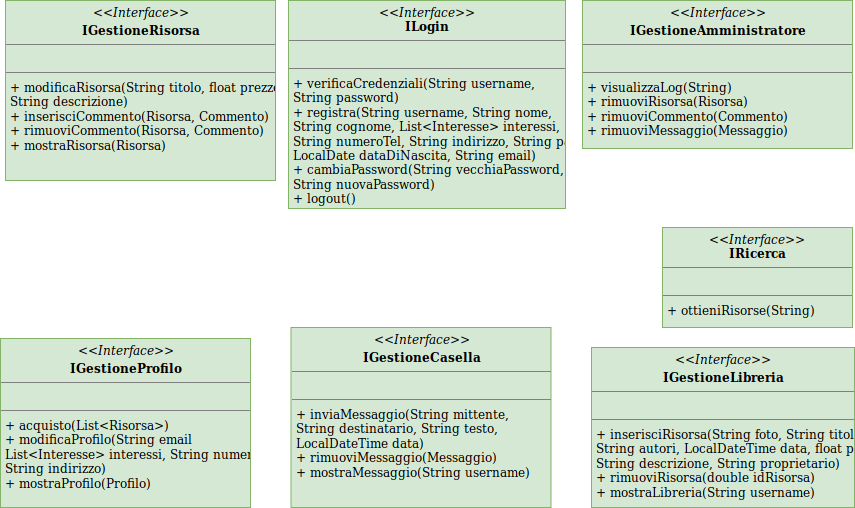
Before: Reingegnerizzazione/Controller.png, a diagram exported from draw.io (SundavarBlaka/Alexandria). Source tidied: cells renumbered, new cells last; positions are measured from the earlier drawing's top-left corner, leaving out a move shared by most shapes.
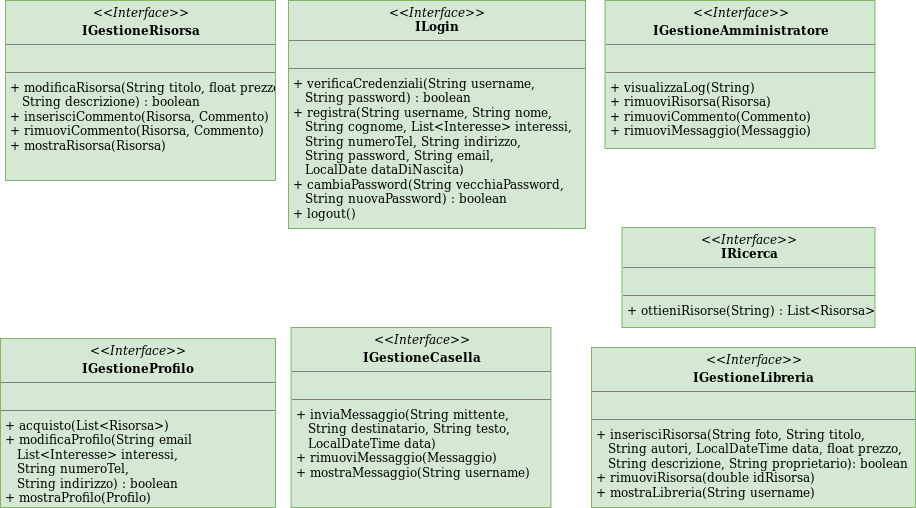
After the change.

The edit, as a diff of the source:
```diff
@@ -2,26 +2,26 @@
   <root>
     <mxCell id="0" />
     <mxCell id="1" parent="0" />
-    <mxCell id="2" value="&lt;p style=&quot;margin: 0px ; margin-top: 4px ; text-align: center&quot;&gt;&lt;i&gt;&amp;lt;&amp;lt;Interface&amp;gt;&amp;gt;&lt;/i&gt;&lt;br&gt;&lt;b&gt;IRicerca&lt;/b&gt;&lt;/p&gt;&lt;hr size=&quot;1&quot;&gt;&lt;p style=&quot;margin: 0px ; margin-left: 4px&quot;&gt;&lt;br&gt;&lt;/p&gt;&lt;hr size=&quot;1&quot;&gt;&lt;p style=&quot;margin: 0px ; margin-left: 4px&quot;&gt;+ ottieniRisorse(String)&lt;/p&gt;" style="verticalAlign=top;align=left;overflow=fill;fontSize=12;fontFamily=Helvetica;html=1;fillColor=#d5e8d4;strokeColor=#82b366;" parent="1" vertex="1">
-      <mxGeometry x="662" y="227" width="190" height="100" as="geometry" />
+    <mxCell id="2" value="&lt;p style=&quot;margin: 0px ; margin-top: 4px ; text-align: center&quot;&gt;&lt;i&gt;&amp;lt;&amp;lt;Interface&amp;gt;&amp;gt;&lt;/i&gt;&lt;br&gt;&lt;b&gt;IRicerca&lt;/b&gt;&lt;/p&gt;&lt;hr size=&quot;1&quot;&gt;&lt;p style=&quot;margin: 0px ; margin-left: 4px&quot;&gt;&lt;br&gt;&lt;/p&gt;&lt;hr size=&quot;1&quot;&gt;&lt;p style=&quot;margin: 0px ; margin-left: 4px&quot;&gt;+ ottieniRisorse(String) : List&amp;lt;Risorsa&amp;gt;&lt;br&gt;&lt;/p&gt;" style="verticalAlign=top;align=left;overflow=fill;fontSize=12;fontFamily=Helvetica;html=1;fillColor=#d5e8d4;strokeColor=#82b366;" parent="1" vertex="1">
+      <mxGeometry x="621.5" y="227" width="253" height="100" as="geometry" />
     </mxCell>
-    <mxCell id="3" value="&lt;p style=&quot;margin: 0px ; margin-top: 4px ; text-align: center&quot;&gt;&lt;i&gt;&amp;lt;&amp;lt;Interface&amp;gt;&amp;gt;&lt;/i&gt;&lt;br&gt;&lt;b&gt;ILogin&lt;/b&gt;&lt;/p&gt;&lt;hr size=&quot;1&quot;&gt;&lt;p style=&quot;margin: 0px ; margin-left: 4px&quot;&gt;&lt;br&gt;&lt;/p&gt;&lt;hr size=&quot;1&quot;&gt;&lt;p style=&quot;margin: 0px ; margin-left: 4px&quot;&gt;+ verificaCredenziali(String username,&lt;/p&gt;&lt;p style=&quot;margin: 0px ; margin-left: 4px&quot;&gt;String password)&lt;/p&gt;&lt;p style=&quot;margin: 0px ; margin-left: 4px&quot;&gt;&lt;span&gt;+ registra(String username, String nome,&amp;nbsp;&lt;/span&gt;&lt;/p&gt;&lt;p style=&quot;margin: 0px ; margin-left: 4px&quot;&gt;&lt;span&gt;String cognome, List&amp;lt;Interesse&amp;gt; interessi,&lt;/span&gt;&lt;/p&gt;&lt;p style=&quot;margin: 0px ; margin-left: 4px&quot;&gt;&lt;span&gt;String numeroTel, String indirizzo, String password,&lt;/span&gt;&lt;/p&gt;&lt;p style=&quot;margin: 0px ; margin-left: 4px&quot;&gt;&lt;span&gt;LocalDate dataDiNascita, String email)&lt;/span&gt;&lt;/p&gt;&lt;p style=&quot;margin: 0px ; margin-left: 4px&quot;&gt;+ cambiaPassword(String vecchiaPassword,&lt;/p&gt;&lt;p style=&quot;margin: 0px ; margin-left: 4px&quot;&gt;String nuovaPassword)&lt;/p&gt;&lt;p style=&quot;margin: 0px ; margin-left: 4px&quot;&gt;+ logout()&lt;/p&gt;" style="verticalAlign=top;align=left;overflow=fill;fontSize=12;fontFamily=Helvetica;html=1;fillColor=#d5e8d4;strokeColor=#82b366;" parent="1" vertex="1">
-      <mxGeometry x="288" width="277" height="208" as="geometry" />
+    <mxCell id="3" value="&lt;p style=&quot;margin: 0px ; margin-top: 4px ; text-align: center&quot;&gt;&lt;i&gt;&amp;lt;&amp;lt;Interface&amp;gt;&amp;gt;&lt;/i&gt;&lt;br&gt;&lt;b&gt;ILogin&lt;/b&gt;&lt;/p&gt;&lt;hr size=&quot;1&quot;&gt;&lt;p style=&quot;margin: 0px ; margin-left: 4px&quot;&gt;&lt;br&gt;&lt;/p&gt;&lt;hr size=&quot;1&quot;&gt;&lt;p style=&quot;margin: 0px ; margin-left: 4px&quot;&gt;+ verificaCredenziali(String username,&lt;/p&gt;&lt;p style=&quot;margin: 0px ; margin-left: 4px&quot;&gt;&amp;nbsp;&amp;nbsp; String password) : boolean&lt;br&gt;&lt;/p&gt;&lt;p style=&quot;margin: 0px ; margin-left: 4px&quot;&gt;&lt;span&gt;+ registra(String username, String nome,&amp;nbsp;&lt;/span&gt;&lt;/p&gt;&lt;p style=&quot;margin: 0px ; margin-left: 4px&quot;&gt;&lt;span&gt;&amp;nbsp;&amp;nbsp; String cognome, List&amp;lt;Interesse&amp;gt; interessi,&lt;/span&gt;&lt;/p&gt;&lt;p style=&quot;margin: 0px ; margin-left: 4px&quot;&gt;&lt;span&gt;&amp;nbsp;&amp;nbsp; String numeroTel, String indirizzo, &lt;br&gt;&lt;/span&gt;&lt;/p&gt;&lt;p style=&quot;margin: 0px ; margin-left: 4px&quot;&gt;&lt;span&gt;&amp;nbsp;&amp;nbsp; String password, String email,&lt;br&gt;&lt;/span&gt;&lt;/p&gt;&lt;p style=&quot;margin: 0px ; margin-left: 4px&quot;&gt;&lt;span&gt;&amp;nbsp;&amp;nbsp; LocalDate dataDiNascita)&lt;/span&gt;&lt;/p&gt;&lt;p style=&quot;margin: 0px ; margin-left: 4px&quot;&gt;+ cambiaPassword(String vecchiaPassword,&lt;/p&gt;&lt;p style=&quot;margin: 0px ; margin-left: 4px&quot;&gt;&amp;nbsp;&amp;nbsp; String nuovaPassword) : boolean&lt;br&gt;&lt;/p&gt;&lt;p style=&quot;margin: 0px ; margin-left: 4px&quot;&gt;+ logout()&lt;/p&gt;" style="verticalAlign=top;align=left;overflow=fill;fontSize=12;fontFamily=Helvetica;html=1;fillColor=#d5e8d4;strokeColor=#82b366;" parent="1" vertex="1">
+      <mxGeometry x="288" width="297" height="228" as="geometry" />
     </mxCell>
-    <mxCell id="4" value="&lt;p style=&quot;margin: 0px ; margin-top: 4px ; text-align: center&quot;&gt;&lt;i&gt;&amp;lt;&amp;lt;Interface&amp;gt;&amp;gt;&lt;/i&gt;&lt;/p&gt;&lt;p style=&quot;margin: 0px ; margin-top: 4px ; text-align: center&quot;&gt;&lt;b&gt;IGestioneProfilo&lt;/b&gt;&lt;/p&gt;&lt;hr size=&quot;1&quot;&gt;&lt;p style=&quot;margin: 0px ; margin-left: 4px&quot;&gt;&lt;br&gt;&lt;/p&gt;&lt;hr size=&quot;1&quot;&gt;&lt;p style=&quot;margin: 0px ; margin-left: 4px&quot;&gt;+ acquisto(List&amp;lt;Risorsa&amp;gt;)&lt;/p&gt;&lt;p style=&quot;margin: 0px ; margin-left: 4px&quot;&gt;+ modificaProfilo(String email&amp;nbsp;&lt;/p&gt;&lt;p style=&quot;margin: 0px ; margin-left: 4px&quot;&gt;List&amp;lt;Interesse&amp;gt; interessi, String numeroTel,&lt;/p&gt;&lt;p style=&quot;margin: 0px ; margin-left: 4px&quot;&gt;String indirizzo)&lt;/p&gt;&lt;p style=&quot;margin: 0px ; margin-left: 4px&quot;&gt;+ mostraProfilo(Profilo)&lt;/p&gt;" style="verticalAlign=top;align=left;overflow=fill;fontSize=12;fontFamily=Helvetica;html=1;fillColor=#d5e8d4;strokeColor=#82b366;" parent="1" vertex="1">
-      <mxGeometry y="338" width="250" height="169" as="geometry" />
+    <mxCell id="4" value="&lt;p style=&quot;margin: 0px ; margin-top: 4px ; text-align: center&quot;&gt;&lt;i&gt;&amp;lt;&amp;lt;Interface&amp;gt;&amp;gt;&lt;/i&gt;&lt;/p&gt;&lt;p style=&quot;margin: 0px ; margin-top: 4px ; text-align: center&quot;&gt;&lt;b&gt;IGestioneProfilo&lt;/b&gt;&lt;/p&gt;&lt;hr size=&quot;1&quot;&gt;&lt;p style=&quot;margin: 0px ; margin-left: 4px&quot;&gt;&lt;br&gt;&lt;/p&gt;&lt;hr size=&quot;1&quot;&gt;&lt;p style=&quot;margin: 0px ; margin-left: 4px&quot;&gt;+ acquisto(List&amp;lt;Risorsa&amp;gt;)&lt;/p&gt;&lt;p style=&quot;margin: 0px ; margin-left: 4px&quot;&gt;+ modificaProfilo(String email&amp;nbsp;&lt;/p&gt;&lt;p style=&quot;margin: 0px ; margin-left: 4px&quot;&gt;&amp;nbsp;&amp;nbsp; List&amp;lt;Interesse&amp;gt; interessi, &lt;br&gt;&lt;/p&gt;&lt;p style=&quot;margin: 0px ; margin-left: 4px&quot;&gt;&amp;nbsp;&amp;nbsp; String numeroTel,&lt;/p&gt;&lt;p style=&quot;margin: 0px ; margin-left: 4px&quot;&gt;&amp;nbsp;&amp;nbsp; String indirizzo) : boolean&lt;br&gt;&lt;/p&gt;&lt;p style=&quot;margin: 0px ; margin-left: 4px&quot;&gt;+ mostraProfilo(Profilo)&lt;/p&gt;" style="verticalAlign=top;align=left;overflow=fill;fontSize=12;fontFamily=Helvetica;html=1;fillColor=#d5e8d4;strokeColor=#82b366;" parent="1" vertex="1">
+      <mxGeometry y="338" width="275" height="169" as="geometry" />
     </mxCell>
-    <mxCell id="5" value="&lt;p style=&quot;margin: 0px ; margin-top: 4px ; text-align: center&quot;&gt;&lt;i&gt;&amp;lt;&amp;lt;Interface&amp;gt;&amp;gt;&lt;/i&gt;&lt;/p&gt;&lt;p style=&quot;margin: 0px ; margin-top: 4px ; text-align: center&quot;&gt;&lt;b&gt;IGestioneCasella&lt;/b&gt;&lt;/p&gt;&lt;hr size=&quot;1&quot;&gt;&lt;p style=&quot;margin: 0px ; margin-left: 4px&quot;&gt;&lt;br&gt;&lt;/p&gt;&lt;hr size=&quot;1&quot;&gt;&lt;p style=&quot;margin: 0px ; margin-left: 4px&quot;&gt;+ inviaMessaggio(String mittente,&amp;nbsp;&lt;/p&gt;&lt;p style=&quot;margin: 0px ; margin-left: 4px&quot;&gt;String destinatario, String testo,&lt;/p&gt;&lt;p style=&quot;margin: 0px ; margin-left: 4px&quot;&gt;LocalDateTime data)&lt;/p&gt;&lt;p style=&quot;margin: 0px ; margin-left: 4px&quot;&gt;+ rimuoviMessaggio(Messaggio)&lt;/p&gt;&lt;p style=&quot;margin: 0px ; margin-left: 4px&quot;&gt;+ mostraMessaggio(String username)&lt;/p&gt;" style="verticalAlign=top;align=left;overflow=fill;fontSize=12;fontFamily=Helvetica;html=1;fillColor=#d5e8d4;strokeColor=#82b366;" parent="1" vertex="1">
+    <mxCell id="5" value="&lt;p style=&quot;margin: 0px ; margin-top: 4px ; text-align: center&quot;&gt;&lt;i&gt;&amp;lt;&amp;lt;Interface&amp;gt;&amp;gt;&lt;/i&gt;&lt;/p&gt;&lt;p style=&quot;margin: 0px ; margin-top: 4px ; text-align: center&quot;&gt;&lt;b&gt;IGestioneCasella&lt;/b&gt;&lt;/p&gt;&lt;hr size=&quot;1&quot;&gt;&lt;p style=&quot;margin: 0px ; margin-left: 4px&quot;&gt;&lt;br&gt;&lt;/p&gt;&lt;hr size=&quot;1&quot;&gt;&lt;p style=&quot;margin: 0px ; margin-left: 4px&quot;&gt;+ inviaMessaggio(String mittente,&amp;nbsp;&lt;/p&gt;&lt;p style=&quot;margin: 0px ; margin-left: 4px&quot;&gt;&amp;nbsp;&amp;nbsp; String destinatario, String testo,&lt;/p&gt;&lt;p style=&quot;margin: 0px ; margin-left: 4px&quot;&gt;&amp;nbsp;&amp;nbsp; LocalDateTime data)&lt;/p&gt;&lt;p style=&quot;margin: 0px ; margin-left: 4px&quot;&gt;+ rimuoviMessaggio(Messaggio)&lt;/p&gt;&lt;p style=&quot;margin: 0px ; margin-left: 4px&quot;&gt;+ mostraMessaggio(String username)&lt;/p&gt;" style="verticalAlign=top;align=left;overflow=fill;fontSize=12;fontFamily=Helvetica;html=1;fillColor=#d5e8d4;strokeColor=#82b366;" parent="1" vertex="1">
       <mxGeometry x="290.5" y="327" width="260" height="180" as="geometry" />
     </mxCell>
-    <mxCell id="6" value="&lt;p style=&quot;margin: 0px ; margin-top: 4px ; text-align: center&quot;&gt;&lt;i&gt;&amp;lt;&amp;lt;Interface&amp;gt;&amp;gt;&lt;/i&gt;&lt;/p&gt;&lt;p style=&quot;margin: 0px ; margin-top: 4px ; text-align: center&quot;&gt;&lt;b&gt;IGestioneRisorsa&lt;/b&gt;&lt;/p&gt;&lt;hr size=&quot;1&quot;&gt;&lt;p style=&quot;margin: 0px ; margin-left: 4px&quot;&gt;&lt;br&gt;&lt;/p&gt;&lt;hr size=&quot;1&quot;&gt;&lt;p style=&quot;margin: 0px ; margin-left: 4px&quot;&gt;+ modificaRisorsa(String titolo, float prezzo,&lt;/p&gt;&lt;p style=&quot;margin: 0px ; margin-left: 4px&quot;&gt;String descrizione)&lt;/p&gt;&lt;p style=&quot;margin: 0px ; margin-left: 4px&quot;&gt;+ inserisciCommento(Risorsa, Commento)&lt;/p&gt;&lt;p style=&quot;margin: 0px ; margin-left: 4px&quot;&gt;+ rimuoviCommento(Risorsa, Commento)&lt;/p&gt;&lt;p style=&quot;margin: 0px ; margin-left: 4px&quot;&gt;+ mostraRisorsa(Risorsa)&lt;/p&gt;" style="verticalAlign=top;align=left;overflow=fill;fontSize=12;fontFamily=Helvetica;html=1;fillColor=#d5e8d4;strokeColor=#82b366;" parent="1" vertex="1">
+    <mxCell id="6" value="&lt;p style=&quot;margin: 0px ; margin-top: 4px ; text-align: center&quot;&gt;&lt;i&gt;&amp;lt;&amp;lt;Interface&amp;gt;&amp;gt;&lt;/i&gt;&lt;/p&gt;&lt;p style=&quot;margin: 0px ; margin-top: 4px ; text-align: center&quot;&gt;&lt;b&gt;IGestioneRisorsa&lt;/b&gt;&lt;/p&gt;&lt;hr size=&quot;1&quot;&gt;&lt;p style=&quot;margin: 0px ; margin-left: 4px&quot;&gt;&lt;br&gt;&lt;/p&gt;&lt;hr size=&quot;1&quot;&gt;&lt;p style=&quot;margin: 0px ; margin-left: 4px&quot;&gt;+ modificaRisorsa(String titolo, float prezzo,&lt;/p&gt;&lt;p style=&quot;margin: 0px ; margin-left: 4px&quot;&gt;&amp;nbsp;&amp;nbsp; String descrizione) : boolean&lt;br&gt;&lt;/p&gt;&lt;p style=&quot;margin: 0px ; margin-left: 4px&quot;&gt;+ inserisciCommento(Risorsa, Commento)&lt;/p&gt;&lt;p style=&quot;margin: 0px ; margin-left: 4px&quot;&gt;+ rimuoviCommento(Risorsa, Commento)&lt;/p&gt;&lt;p style=&quot;margin: 0px ; margin-left: 4px&quot;&gt;+ mostraRisorsa(Risorsa)&lt;/p&gt;" style="verticalAlign=top;align=left;overflow=fill;fontSize=12;fontFamily=Helvetica;html=1;fillColor=#d5e8d4;strokeColor=#82b366;" parent="1" vertex="1">
       <mxGeometry x="5" width="270" height="180" as="geometry" />
     </mxCell>
-    <mxCell id="7" value="&lt;p style=&quot;margin: 0px ; margin-top: 4px ; text-align: center&quot;&gt;&lt;i&gt;&amp;lt;&amp;lt;Interface&amp;gt;&amp;gt;&lt;/i&gt;&lt;/p&gt;&lt;p style=&quot;margin: 0px ; margin-top: 4px ; text-align: center&quot;&gt;&lt;b&gt;IGestioneLibreria&lt;/b&gt;&lt;/p&gt;&lt;hr size=&quot;1&quot;&gt;&lt;p style=&quot;margin: 0px ; margin-left: 4px&quot;&gt;&lt;br&gt;&lt;/p&gt;&lt;hr size=&quot;1&quot;&gt;&lt;p style=&quot;margin: 0px ; margin-left: 4px&quot;&gt;+ inserisciRisorsa(String foto, String titolo,&lt;/p&gt;&lt;p style=&quot;margin: 0px ; margin-left: 4px&quot;&gt;String autori, LocalDateTime data, float prezzo,&lt;/p&gt;&lt;p style=&quot;margin: 0px ; margin-left: 4px&quot;&gt;String descrizione, String proprietario)&lt;/p&gt;&lt;p style=&quot;margin: 0px ; margin-left: 4px&quot;&gt;+ rimuoviRisorsa(double idRisorsa)&lt;/p&gt;&lt;p style=&quot;margin: 0px ; margin-left: 4px&quot;&gt;+ mostraLibreria(String username)&lt;/p&gt;" style="verticalAlign=top;align=left;overflow=fill;fontSize=12;fontFamily=Helvetica;html=1;fillColor=#d5e8d4;strokeColor=#82b366;" parent="1" vertex="1">
-      <mxGeometry x="591" y="347" width="263" height="160" as="geometry" />
+    <mxCell id="7" value="&lt;p style=&quot;margin: 0px ; margin-top: 4px ; text-align: center&quot;&gt;&lt;i&gt;&amp;lt;&amp;lt;Interface&amp;gt;&amp;gt;&lt;/i&gt;&lt;/p&gt;&lt;p style=&quot;margin: 0px ; margin-top: 4px ; text-align: center&quot;&gt;&lt;b&gt;IGestioneLibreria&lt;/b&gt;&lt;/p&gt;&lt;hr size=&quot;1&quot;&gt;&lt;p style=&quot;margin: 0px ; margin-left: 4px&quot;&gt;&lt;br&gt;&lt;/p&gt;&lt;hr size=&quot;1&quot;&gt;&lt;p style=&quot;margin: 0px ; margin-left: 4px&quot;&gt;+ inserisciRisorsa(String foto, String titolo,&lt;/p&gt;&lt;p style=&quot;margin: 0px ; margin-left: 4px&quot;&gt;&amp;nbsp;&amp;nbsp; String autori, LocalDateTime data, float prezzo,&lt;/p&gt;&lt;p style=&quot;margin: 0px ; margin-left: 4px&quot;&gt;&amp;nbsp;&amp;nbsp; String descrizione, String proprietario): boolean &lt;br&gt;&lt;/p&gt;&lt;p style=&quot;margin: 0px ; margin-left: 4px&quot;&gt;+ rimuoviRisorsa(double idRisorsa)&lt;/p&gt;&lt;p style=&quot;margin: 0px ; margin-left: 4px&quot;&gt;+ mostraLibreria(String username)&lt;/p&gt;" style="verticalAlign=top;align=left;overflow=fill;fontSize=12;fontFamily=Helvetica;html=1;fillColor=#d5e8d4;strokeColor=#82b366;" parent="1" vertex="1">
+      <mxGeometry x="591" y="347" width="324" height="160" as="geometry" />
     </mxCell>
     <mxCell id="8" value="&lt;p style=&quot;margin: 0px ; margin-top: 4px ; text-align: center&quot;&gt;&lt;i&gt;&amp;lt;&amp;lt;Interface&amp;gt;&amp;gt;&lt;/i&gt;&lt;/p&gt;&lt;p style=&quot;margin: 0px ; margin-top: 4px ; text-align: center&quot;&gt;&lt;b&gt;IGestioneAmministratore&lt;/b&gt;&lt;/p&gt;&lt;hr size=&quot;1&quot;&gt;&lt;p style=&quot;margin: 0px ; margin-left: 4px&quot;&gt;&lt;br&gt;&lt;/p&gt;&lt;hr size=&quot;1&quot;&gt;&lt;p style=&quot;margin: 0px ; margin-left: 4px&quot;&gt;+ visualizzaLog(String)&lt;/p&gt;&lt;p style=&quot;margin: 0px ; margin-left: 4px&quot;&gt;+ rimuoviRisorsa(Risorsa)&lt;/p&gt;&lt;p style=&quot;margin: 0px ; margin-left: 4px&quot;&gt;+ rimuoviCommento(Commento)&lt;/p&gt;&lt;p style=&quot;margin: 0px ; margin-left: 4px&quot;&gt;+ rimuoviMessaggio(Messaggio)&lt;/p&gt;" style="verticalAlign=top;align=left;overflow=fill;fontSize=12;fontFamily=Helvetica;html=1;fillColor=#d5e8d4;strokeColor=#82b366;" parent="1" vertex="1">
-      <mxGeometry x="582" width="270" height="148" as="geometry" />
+      <mxGeometry x="604.5" width="270" height="148" as="geometry" />
     </mxCell>
   </root>
 </mxGraphModel>
```
